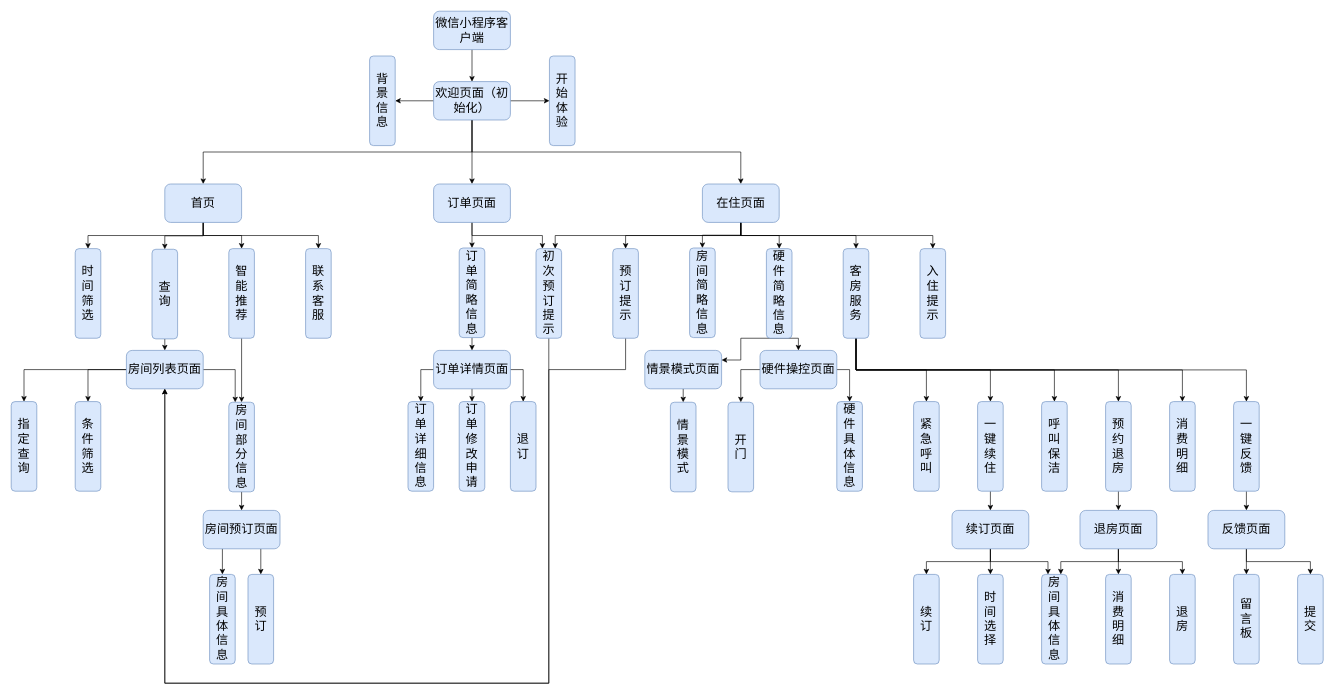
This is docs/src/微信小程序客户端.drawio from AndSonder/smart-hotel-database, a draw.io file, before an edit. Source tidied: cells renumbered, new cells numbered last; positions are measured from the earlier drawing's top-left corner, leaving out a move shared by most shapes. Both pictures are drawn from the tidied source at 64%, with x=0, y=0 at pixel (11, 11).
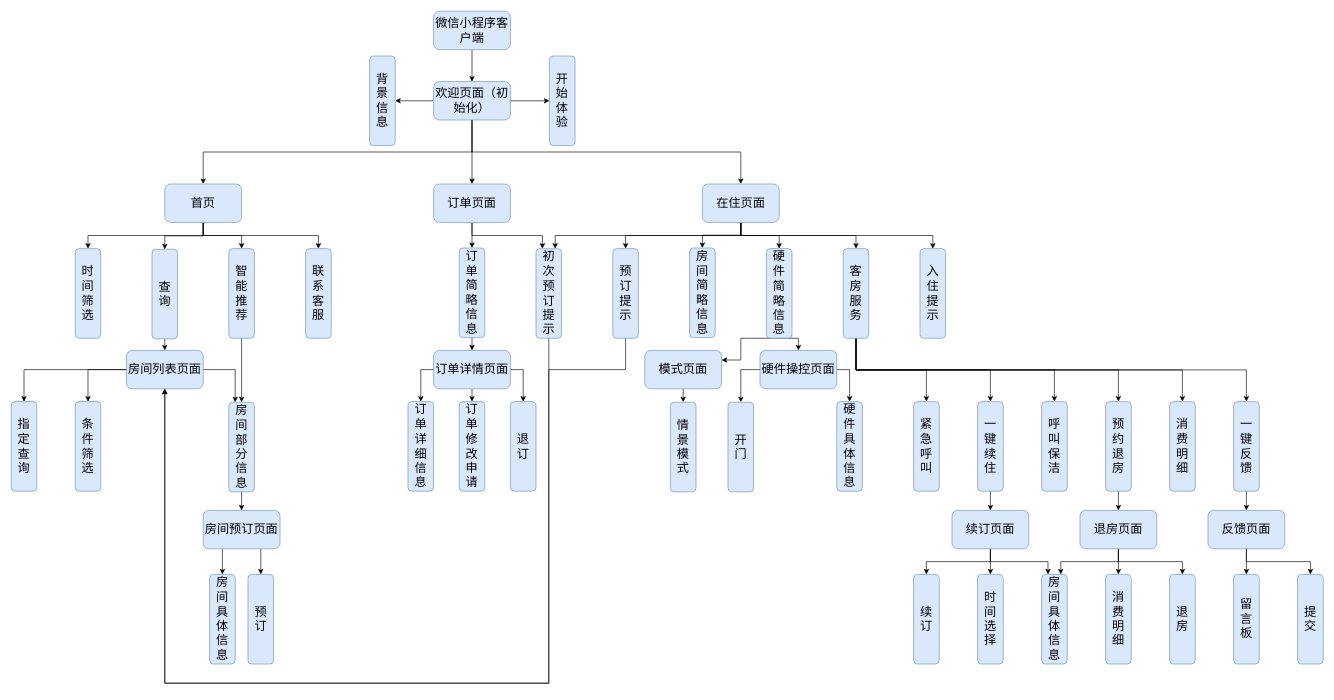
Above is the later version.

Diff of the diagram source:
```diff
@@
-    <mxCell id="104" value="情景模式页面" style="rounded=1;whiteSpace=wrap;html=1;fillColor=#dae8fc;strokeColor=#6c8ebf;shadow=0;glass=0;sketch=0;fontSize=19;" parent="1" vertex="1">
+    <mxCell id="104" value="模式页面" style="rounded=1;whiteSpace=wrap;html=1;fillColor=#dae8fc;strokeColor=#6c8ebf;shadow=0;glass=0;sketch=0;fontSize=19;" parent="1" vertex="1">
       <mxGeometry x="990" y="530" width="120" height="60" as="geometry" />
     </mxCell>
```
